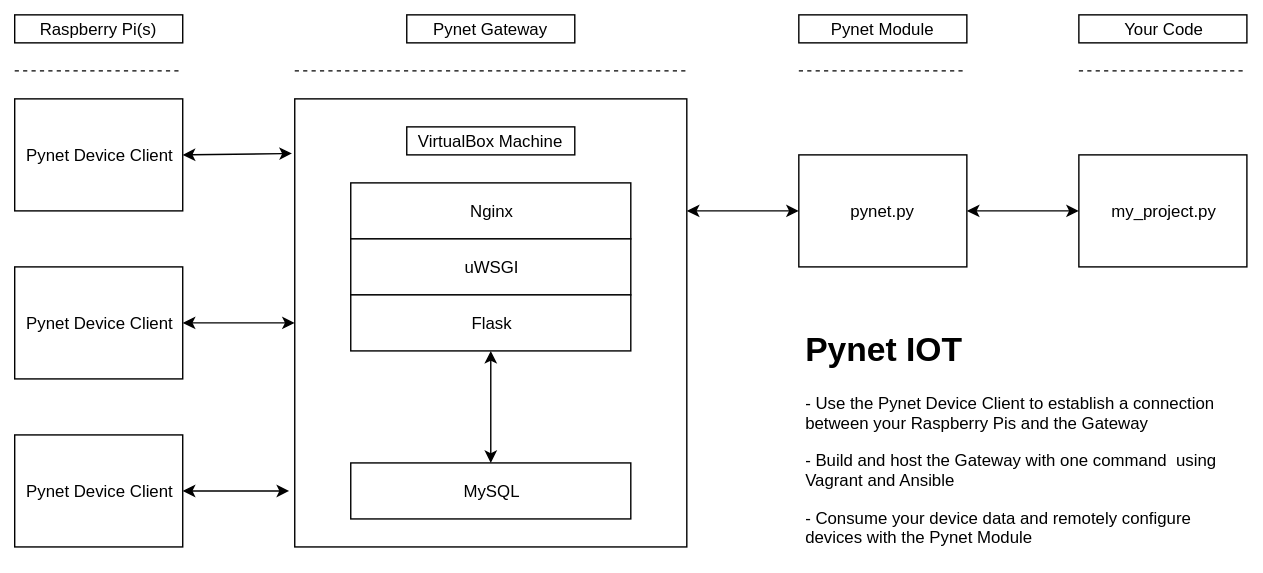
Before: images/pynet.svg, a diagram exported from draw.io (nickmpaz/pynet-user-guide). Source tidied: cells renumbered, new cells last; positions are measured from the earlier drawing's top-left corner, leaving out a move shared by most shapes. Its diagram source:
```xml
<mxGraphModel background="#ffffff">
  <root>
    <mxCell id="0" />
    <mxCell id="1" parent="0" />
    <mxCell id="2" style="rounded=0;whiteSpace=wrap;html=1;" parent="1" vertex="1">
      <mxGeometry x="200" y="60" width="280" height="320" as="geometry" />
    </mxCell>
    <mxCell id="3" value="Pynet Gateway&lt;br&gt;" style="rounded=0;whiteSpace=wrap;html=1;" parent="1" vertex="1">
      <mxGeometry x="280" width="120" height="20" as="geometry" />
    </mxCell>
    <mxCell id="4" value="Pynet Device Client" style="rounded=0;whiteSpace=wrap;html=1;" parent="1" vertex="1">
      <mxGeometry y="60" width="120" height="80" as="geometry" />
    </mxCell>
    <mxCell id="5" value="Raspberry Pi(s)" style="rounded=0;whiteSpace=wrap;html=1;" parent="1" vertex="1">
      <mxGeometry width="120" height="20" as="geometry" />
    </mxCell>
    <mxCell id="6" value="&lt;span&gt;Pynet Device Client&lt;/span&gt;" style="rounded=0;whiteSpace=wrap;html=1;" parent="1" vertex="1">
      <mxGeometry y="180" width="120" height="80" as="geometry" />
    </mxCell>
    <mxCell id="7" value="&lt;span&gt;Pynet Device Client&lt;/span&gt;" style="rounded=0;whiteSpace=wrap;html=1;" parent="1" vertex="1">
      <mxGeometry y="300" width="120" height="80" as="geometry" />
    </mxCell>
    <mxCell id="8" style="edgeStyle=orthogonalEdgeStyle;rounded=0;orthogonalLoop=1;jettySize=auto;html=1;exitX=0.5;exitY=1;exitDx=0;exitDy=0;" parent="1" edge="1" source="2" target="2">
      <mxGeometry relative="1" as="geometry" />
    </mxCell>
    <mxCell id="9" style="endArrow=classic;startArrow=classic;html=1;entryX=-0.007;entryY=0.122;entryDx=0;entryDy=0;exitX=1;exitY=0.5;exitDx=0;exitDy=0;entryPerimeter=0;" parent="1" edge="1" source="4" target="2">
      <mxGeometry relative="1" as="geometry" />
    </mxCell>
    <mxCell id="10" style="endArrow=classic;startArrow=classic;html=1;exitX=1;exitY=0.5;exitDx=0;exitDy=0;entryX=0;entryY=0.5;entryDx=0;entryDy=0;" parent="1" edge="1" source="6" target="2">
      <mxGeometry relative="1" as="geometry" />
    </mxCell>
    <mxCell id="11" style="endArrow=classic;startArrow=classic;html=1;entryX=-0.014;entryY=0.875;entryDx=0;entryDy=0;exitX=1;exitY=0.5;exitDx=0;exitDy=0;entryPerimeter=0;" parent="1" edge="1" source="7" target="2">
      <mxGeometry relative="1" as="geometry" />
    </mxCell>
    <mxCell id="12" value="VirtualBox Machine&lt;br&gt;" style="rounded=0;whiteSpace=wrap;html=1;" parent="1" vertex="1">
      <mxGeometry x="280" y="80" width="120" height="20" as="geometry" />
    </mxCell>
    <mxCell id="13" value="Nginx" style="rounded=0;whiteSpace=wrap;html=1;" parent="1" vertex="1">
      <mxGeometry x="240" y="120" width="200" height="40" as="geometry" />
    </mxCell>
    <mxCell id="14" value="uWSGI" style="rounded=0;whiteSpace=wrap;html=1;" parent="1" vertex="1">
      <mxGeometry x="240" y="160" width="200" height="40" as="geometry" />
    </mxCell>
    <mxCell id="15" value="Flask" style="rounded=0;whiteSpace=wrap;html=1;" parent="1" vertex="1">
      <mxGeometry x="240" y="200" width="200" height="40" as="geometry" />
    </mxCell>
    <mxCell id="16" value="MySQL" style="rounded=0;whiteSpace=wrap;html=1;" parent="1" vertex="1">
      <mxGeometry x="240" y="320" width="200" height="40" as="geometry" />
    </mxCell>
    <mxCell id="17" style="endArrow=classic;startArrow=classic;html=1;entryX=0.5;entryY=1;entryDx=0;entryDy=0;exitX=0.5;exitY=0;exitDx=0;exitDy=0;" parent="1" edge="1" source="16" target="15">
      <mxGeometry relative="1" as="geometry" />
    </mxCell>
    <mxCell id="18" value="pynet.py" style="rounded=0;whiteSpace=wrap;html=1;" parent="1" vertex="1">
      <mxGeometry x="560" y="100" width="120" height="80" as="geometry" />
    </mxCell>
    <mxCell id="19" value="Pynet Module&lt;br&gt;" style="rounded=0;whiteSpace=wrap;html=1;" parent="1" vertex="1">
      <mxGeometry x="560" width="120" height="20" as="geometry" />
    </mxCell>
    <mxCell id="20" style="endArrow=classic;startArrow=classic;html=1;entryX=0;entryY=0.5;entryDx=0;entryDy=0;exitX=1;exitY=0.25;exitDx=0;exitDy=0;" parent="1" edge="1" source="2" target="18">
      <mxGeometry relative="1" as="geometry" />
    </mxCell>
    <mxCell id="21" value="my_project.py&lt;br&gt;" style="rounded=0;whiteSpace=wrap;html=1;" parent="1" vertex="1">
      <mxGeometry x="760" y="100" width="120" height="80" as="geometry" />
    </mxCell>
    <mxCell id="22" value="Your Code&lt;br&gt;" style="rounded=0;whiteSpace=wrap;html=1;" parent="1" vertex="1">
      <mxGeometry x="760" width="120" height="20" as="geometry" />
    </mxCell>
    <mxCell id="23" style="endArrow=classic;startArrow=classic;html=1;entryX=0;entryY=0.5;entryDx=0;entryDy=0;exitX=1;exitY=0.5;exitDx=0;exitDy=0;" parent="1" edge="1" source="18" target="21">
      <mxGeometry relative="1" as="geometry" />
    </mxCell>
    <mxCell id="24" value="&lt;h1&gt;Pynet IOT&lt;/h1&gt;&lt;p&gt;&lt;span&gt;- Use the Pynet Device Client to establish a connection between your Raspberry Pis and the Gateway&lt;/span&gt;&lt;/p&gt;&lt;p&gt;&lt;span&gt;- Build and host the Gateway with one command&amp;nbsp; using Vagrant and Ansible&lt;/span&gt;&lt;br&gt;&lt;/p&gt;&lt;p&gt;- Consume your device data and remotely configure devices with the Pynet Module&lt;/p&gt;" style="text;html=1;strokeColor=none;fillColor=none;spacing=5;spacingTop=-20;whiteSpace=wrap;overflow=hidden;rounded=0;" parent="1" vertex="1">
      <mxGeometry x="560" y="220" width="320" height="160" as="geometry" />
    </mxCell>
    <mxCell id="25" style="endArrow=none;dashed=1;html=1;" parent="1" edge="1">
      <mxGeometry relative="1" as="geometry">
        <mxPoint y="40" as="sourcePoint" />
        <mxPoint x="120" y="40" as="targetPoint" />
      </mxGeometry>
    </mxCell>
    <mxCell id="26" style="endArrow=none;dashed=1;html=1;" parent="1" edge="1">
      <mxGeometry relative="1" as="geometry">
        <mxPoint x="200" y="40" as="sourcePoint" />
        <mxPoint x="480" y="40" as="targetPoint" />
      </mxGeometry>
    </mxCell>
    <mxCell id="27" style="endArrow=none;dashed=1;html=1;" parent="1" edge="1">
      <mxGeometry relative="1" as="geometry">
        <mxPoint x="560" y="40" as="sourcePoint" />
        <mxPoint x="680" y="40" as="targetPoint" />
      </mxGeometry>
    </mxCell>
    <mxCell id="28" style="endArrow=none;dashed=1;html=1;" parent="1" edge="1">
      <mxGeometry relative="1" as="geometry">
        <mxPoint x="760" y="40" as="sourcePoint" />
        <mxPoint x="880" y="40" as="targetPoint" />
      </mxGeometry>
    </mxCell>
  </root>
</mxGraphModel>
```
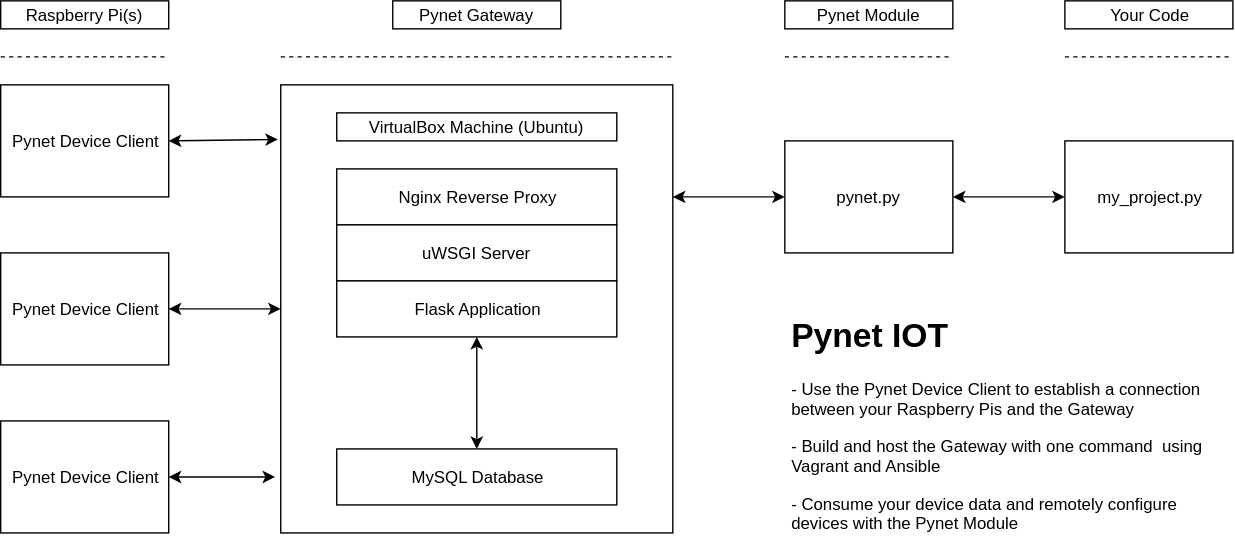
After the change.

Diff of the diagram source:
```diff
@@ -32,19 +32,19 @@
     <mxCell id="11" style="endArrow=classic;startArrow=classic;html=1;entryX=-0.014;entryY=0.875;entryDx=0;entryDy=0;exitX=1;exitY=0.5;exitDx=0;exitDy=0;entryPerimeter=0;" parent="1" edge="1" source="7" target="2">
       <mxGeometry relative="1" as="geometry" />
     </mxCell>
-    <mxCell id="12" value="VirtualBox Machine&lt;br&gt;" style="rounded=0;whiteSpace=wrap;html=1;" parent="1" vertex="1">
-      <mxGeometry x="280" y="80" width="120" height="20" as="geometry" />
+    <mxCell id="12" value="VirtualBox Machine (Ubuntu)&lt;br&gt;" style="rounded=0;whiteSpace=wrap;html=1;" parent="1" vertex="1">
+      <mxGeometry x="240" y="80" width="200" height="20" as="geometry" />
     </mxCell>
-    <mxCell id="13" value="Nginx" style="rounded=0;whiteSpace=wrap;html=1;" parent="1" vertex="1">
+    <mxCell id="13" value="Nginx Reverse Proxy" style="rounded=0;whiteSpace=wrap;html=1;" parent="1" vertex="1">
       <mxGeometry x="240" y="120" width="200" height="40" as="geometry" />
     </mxCell>
-    <mxCell id="14" value="uWSGI" style="rounded=0;whiteSpace=wrap;html=1;" parent="1" vertex="1">
+    <mxCell id="14" value="uWSGI Server" style="rounded=0;whiteSpace=wrap;html=1;" parent="1" vertex="1">
       <mxGeometry x="240" y="160" width="200" height="40" as="geometry" />
     </mxCell>
-    <mxCell id="15" value="Flask" style="rounded=0;whiteSpace=wrap;html=1;" parent="1" vertex="1">
+    <mxCell id="15" value="Flask Application" style="rounded=0;whiteSpace=wrap;html=1;" parent="1" vertex="1">
       <mxGeometry x="240" y="200" width="200" height="40" as="geometry" />
     </mxCell>
-    <mxCell id="16" value="MySQL" style="rounded=0;whiteSpace=wrap;html=1;" parent="1" vertex="1">
+    <mxCell id="16" value="MySQL Database" style="rounded=0;whiteSpace=wrap;html=1;" parent="1" vertex="1">
       <mxGeometry x="240" y="320" width="200" height="40" as="geometry" />
     </mxCell>
     <mxCell id="17" style="endArrow=classic;startArrow=classic;html=1;entryX=0.5;entryY=1;entryDx=0;entryDy=0;exitX=0.5;exitY=0;exitDx=0;exitDy=0;" parent="1" edge="1" source="16" target="15">
```
